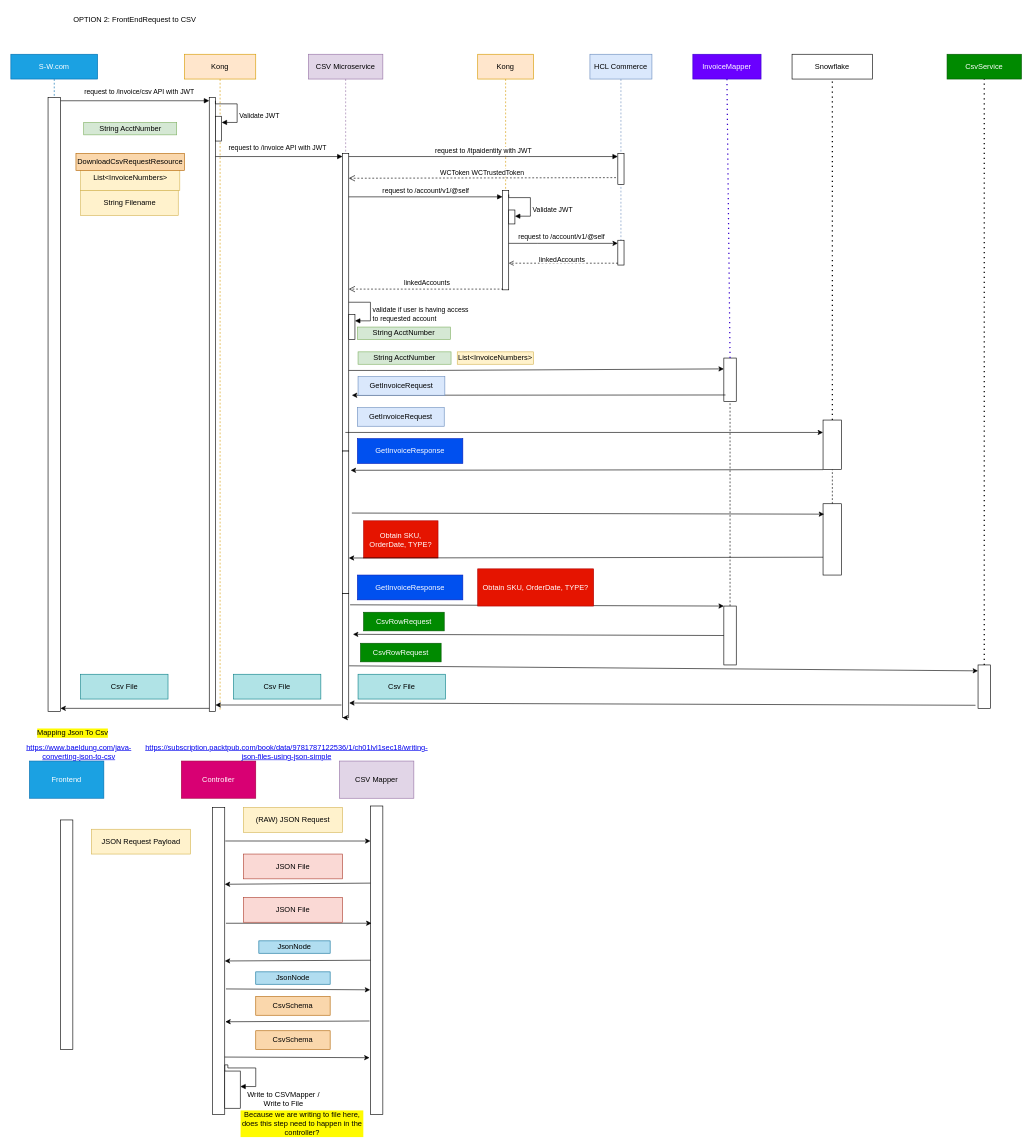
Earlier version of the draw.io diagram Untitled Diagram.drawio (mem848/Draw.IO). Source tidied: cells renumbered, new cells numbered last; positions are measured from the earlier drawing's top-left corner, leaving out a move shared by most shapes. Both pictures are drawn from the tidied source at 62%, with x=0, y=0 at pixel (11, 11).
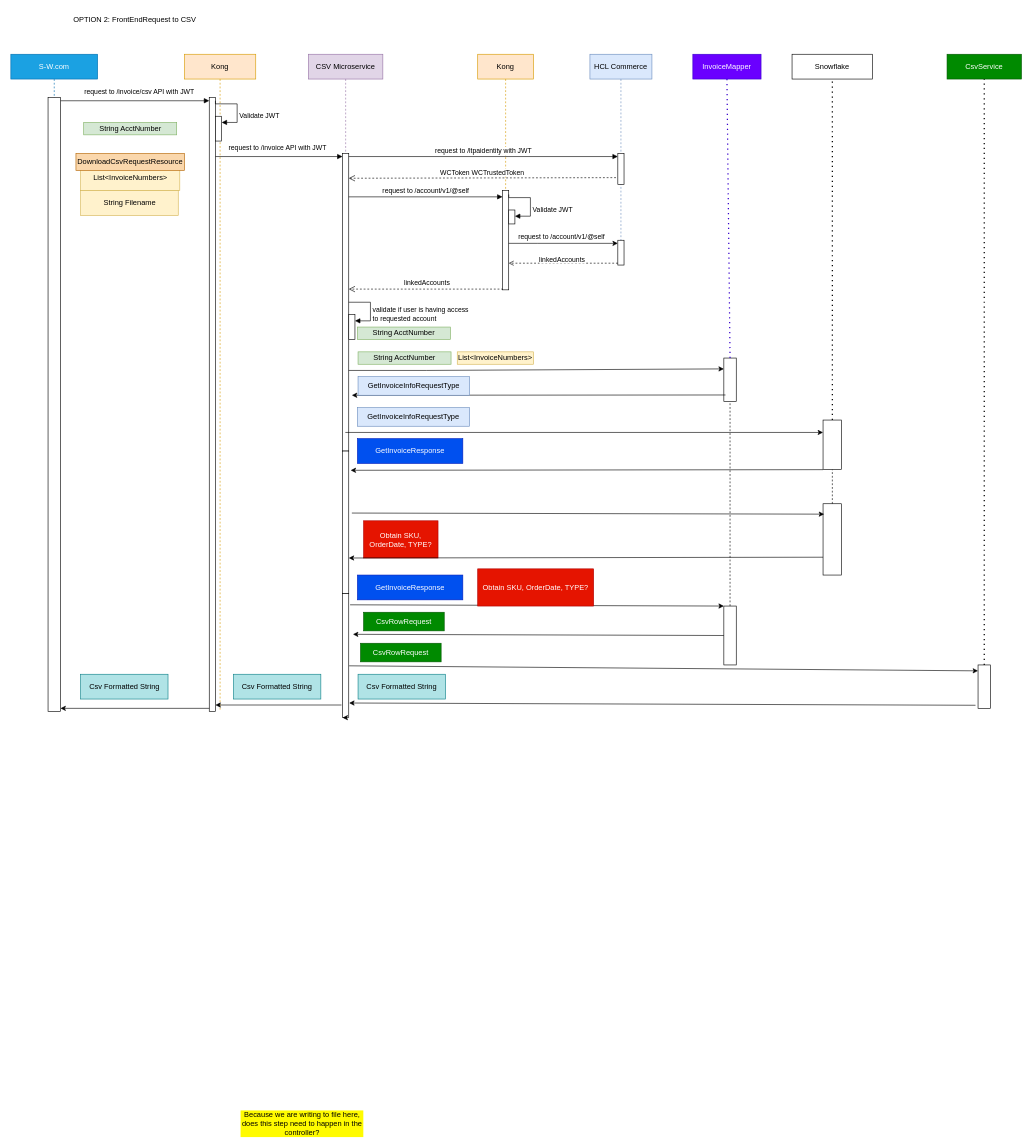
The same page after the edit.

What changed in the source:
```diff
@@
-    <mxCell id="34" value="Mapping Json To Csv" style="text;html=1;align=center;verticalAlign=middle;whiteSpace=wrap;rounded=0;labelBackgroundColor=#fffb00;" parent="1" vertex="1">
-      <mxGeometry y="1150" width="200" height="30" as="geometry" />
-    </mxCell>
-    <mxCell id="35" value="Controller" style="rounded=0;whiteSpace=wrap;html=1;fillColor=#d80073;strokeColor=#A50040;fontColor=#ffffff;" parent="1" vertex="1">
-      <mxGeometry x="275" y="1210" width="120" height="60" as="geometry" />
-    </mxCell>
-    <mxCell id="36" value="JSON Request Payload" style="rounded=0;whiteSpace=wrap;html=1;fillColor=#fff2cc;strokeColor=#d6b656;" parent="1" vertex="1">
-      <mxGeometry x="130" y="1320" width="160" height="40" as="geometry" />
-    </mxCell>
-    <mxCell id="37" value="CSV Mapper" style="rounded=0;whiteSpace=wrap;html=1;fillColor=#e1d5e7;strokeColor=#9673a6;" parent="1" vertex="1">
-      <mxGeometry x="530" y="1210" width="120" height="60" as="geometry" />
-    </mxCell>
-    <mxCell id="38" value="Frontend" style="rounded=0;whiteSpace=wrap;html=1;fillColor=#1ba1e2;fontColor=#ffffff;strokeColor=#006EAF;" parent="1" vertex="1">
-      <mxGeometry x="30" y="1210" width="120" height="60" as="geometry" />
-    </mxCell>
-    <mxCell id="39" style="rounded=0;whiteSpace=wrap;html=1;" parent="1" vertex="1">
-      <mxGeometry x="80" y="1305" width="20" height="370" as="geometry" />
-    </mxCell>
-    <mxCell id="40" style="rounded=0;whiteSpace=wrap;html=1;" parent="1" vertex="1">
-      <mxGeometry x="325" y="1285" width="20" height="495" as="geometry" />
-    </mxCell>
-    <mxCell id="41" style="rounded=0;whiteSpace=wrap;html=1;" parent="1" vertex="1">
-      <mxGeometry x="580" y="1282.5" width="20" height="497.5" as="geometry" />
-    </mxCell>
-    <mxCell id="42" value="&lt;a href=&quot;https://www.baeldung.com/java-converting-json-to-csv&quot;&gt;https://www.baeldung.com/java-converting-json-to-csv&lt;/a&gt;" style="text;html=1;align=center;verticalAlign=middle;whiteSpace=wrap;rounded=0;" parent="1" vertex="1">
-      <mxGeometry x="80" y="1180" width="60" height="30" as="geometry" />
-    </mxCell>
-    <mxCell id="43" style="endArrow=classic;html=1;rounded=0;exitX=1.097;exitY=0.377;exitDx=0;exitDy=0;entryX=0.084;entryY=0.38;entryDx=0;entryDy=0;entryPerimeter=0;exitPerimeter=0;" parent="1" edge="1" source="40" target="41">
-      <mxGeometry relative="1" as="geometry" />
-    </mxCell>
-    <mxCell id="44" style="endArrow=classic;html=1;rounded=0;exitX=0;exitY=0.5;exitDx=0;exitDy=0;" parent="1" edge="1" source="41" target="40">
-      <mxGeometry relative="1" as="geometry" />
-    </mxCell>
-    <mxCell id="45" value="JsonNode" style="rounded=0;whiteSpace=wrap;html=1;fillColor=#b1ddf0;strokeColor=#10739e;" parent="1" vertex="1">
-      <mxGeometry x="400" y="1500" width="115" height="20" as="geometry" />
-    </mxCell>
-    <mxCell id="46" value="JsonNode" style="rounded=0;whiteSpace=wrap;html=1;fillColor=#b1ddf0;strokeColor=#10739e;" parent="1" vertex="1">
-      <mxGeometry x="395" y="1550" width="120" height="20" as="geometry" />
-    </mxCell>
-    <mxCell id="47" style="endArrow=classic;html=1;rounded=0;exitX=-0.074;exitY=0.697;exitDx=0;exitDy=0;exitPerimeter=0;entryX=1.045;entryY=0.698;entryDx=0;entryDy=0;entryPerimeter=0;" parent="1" edge="1" source="41" target="40">
-      <mxGeometry relative="1" as="geometry" />
-    </mxCell>
-    <mxCell id="48" value="CsvSchema" style="rounded=0;whiteSpace=wrap;html=1;fillColor=#fad7ac;strokeColor=#b46504;" parent="1" vertex="1">
-      <mxGeometry x="395" y="1590" width="120" height="30" as="geometry" />
-    </mxCell>
-    <mxCell id="49" style="endArrow=classic;html=1;rounded=0;exitX=1.097;exitY=0.591;exitDx=0;exitDy=0;exitPerimeter=0;entryX=-0.021;entryY=0.596;entryDx=0;entryDy=0;entryPerimeter=0;" parent="1" edge="1" source="40" target="41">
-      <mxGeometry relative="1" as="geometry" />
-    </mxCell>
-    <mxCell id="50" style="endArrow=classic;html=1;rounded=0;exitX=0.992;exitY=0.813;exitDx=0;exitDy=0;entryX=-0.074;entryY=0.816;entryDx=0;entryDy=0;entryPerimeter=0;exitPerimeter=0;" parent="1" edge="1" source="40" target="41">
-      <mxGeometry relative="1" as="geometry" />
-    </mxCell>
-    <mxCell id="51" value="CsvSchema" style="rounded=0;whiteSpace=wrap;html=1;fillColor=#fad7ac;strokeColor=#b46504;" parent="1" vertex="1">
-      <mxGeometry x="395" y="1645" width="120" height="30" as="geometry" />
-    </mxCell>
-    <mxCell id="52" style="rounded=0;whiteSpace=wrap;html=1;" parent="1" vertex="1">
-      <mxGeometry x="345" y="1710" width="25" height="60" as="geometry" />
-    </mxCell>
-    <mxCell id="53" value="Write to CSVMapper / Write to File" style="text;html=1;align=center;verticalAlign=middle;whiteSpace=wrap;rounded=0;" parent="1" vertex="1">
-      <mxGeometry x="380" y="1740" width="120" height="30" as="geometry" />
-    </mxCell>
-    <mxCell id="54" style="endArrow=classic;html=1;rounded=0;exitX=1.045;exitY=0.109;exitDx=0;exitDy=0;exitPerimeter=0;" parent="1" edge="1" source="40">
-      <mxGeometry relative="1" as="geometry">
-        <mxPoint x="580" y="1339" as="targetPoint" />
-      </mxGeometry>
-    </mxCell>
-    <mxCell id="55" value="(RAW) JSON Request" style="rounded=0;whiteSpace=wrap;html=1;fillColor=#fff2cc;strokeColor=#d6b656;" parent="1" vertex="1">
-      <mxGeometry x="375" y="1285" width="160" height="40" as="geometry" />
-    </mxCell>
-    <mxCell id="56" style="endArrow=classic;html=1;rounded=0;exitX=0;exitY=0.25;exitDx=0;exitDy=0;entryX=1;entryY=0.25;entryDx=0;entryDy=0;" parent="1" edge="1" source="41" target="40">
-      <mxGeometry relative="1" as="geometry" />
-    </mxCell>
-    <mxCell id="57" value="JSON File" style="rounded=0;whiteSpace=wrap;html=1;fillColor=#fad9d5;strokeColor=#ae4132;" parent="1" vertex="1">
-      <mxGeometry x="375" y="1360" width="160" height="40" as="geometry" />
-    </mxCell>
-    <mxCell id="58" value="JSON File" style="rounded=0;whiteSpace=wrap;html=1;fillColor=#fad9d5;strokeColor=#ae4132;" parent="1" vertex="1">
-      <mxGeometry x="375" y="1430" width="160" height="40" as="geometry" />
-    </mxCell>
-    <mxCell id="59" style="html=1;align=left;spacingLeft=2;endArrow=block;rounded=0;edgeStyle=orthogonalEdgeStyle;curved=0;rounded=0;" parent="1" edge="1">
-      <mxGeometry x="0.27" relative="1" as="geometry">
-        <mxPoint x="345" y="1710" as="sourcePoint" />
-        <mxPoint x="370.1" y="1735" as="targetPoint" />
-        <Array as="points">
-          <mxPoint x="345" y="1700" />
-          <mxPoint x="350" y="1700" />
-          <mxPoint x="350" y="1705" />
-          <mxPoint x="395" y="1705" />
-          <mxPoint x="395" y="1735" />
-        </Array>
-      </mxGeometry>
-    </mxCell>
@@
-    <mxCell id="61" value="&lt;a href=&quot;https://subscription.packtpub.com/book/data/9781787122536/1/ch01lvl1sec18/writing-json-files-using-json-simple&quot;&gt;https://subscription.packtpub.com/book/data/9781787122536/1/ch01lvl1sec18/writing-json-files-using-json-simple&lt;/a&gt;" style="text;html=1;align=center;verticalAlign=middle;whiteSpace=wrap;rounded=0;" parent="1" vertex="1">
-      <mxGeometry x="415" y="1180" width="60" height="30" as="geometry" />
-    </mxCell>
@@
-    <mxCell id="74" value="GetInvoiceRequest" style="rounded=0;whiteSpace=wrap;html=1;fillColor=#dae8fc;strokeColor=#6c8ebf;" parent="1" vertex="1">
-      <mxGeometry x="560" y="590" width="140" height="30" as="geometry" />
+    <mxCell id="74" value="GetInvoiceInfoRequestType" style="rounded=0;whiteSpace=wrap;html=1;fillColor=#dae8fc;strokeColor=#6c8ebf;" parent="1" vertex="1">
+      <mxGeometry x="560" y="590" width="180" height="30" as="geometry" />
     </mxCell>
@@
-    <mxCell id="79" value="GetInvoiceRequest" style="rounded=0;whiteSpace=wrap;html=1;fillColor=#dae8fc;strokeColor=#6c8ebf;" parent="1" vertex="1">
-      <mxGeometry x="559" y="640" width="140" height="30" as="geometry" />
+    <mxCell id="79" value="GetInvoiceInfoRequestType" style="rounded=0;whiteSpace=wrap;html=1;fillColor=#dae8fc;strokeColor=#6c8ebf;" parent="1" vertex="1">
+      <mxGeometry x="559" y="640" width="181" height="30" as="geometry" />
     </mxCell>
@@
-    <mxCell id="92" value="Csv File" style="rounded=0;whiteSpace=wrap;html=1;fillColor=#b0e3e6;strokeColor=#0e8088;" parent="1" vertex="1">
+    <mxCell id="92" value="Csv Formatted String" style="rounded=0;whiteSpace=wrap;html=1;fillColor=#b0e3e6;strokeColor=#0e8088;" parent="1" vertex="1">
       <mxGeometry x="560" y="1070" width="141" height="40" as="geometry" />
     </mxCell>
@@
-    <mxCell id="94" value="Csv File" style="rounded=0;whiteSpace=wrap;html=1;fillColor=#b0e3e6;strokeColor=#0e8088;" parent="1" vertex="1">
+    <mxCell id="94" value="Csv Formatted String" style="rounded=0;whiteSpace=wrap;html=1;fillColor=#b0e3e6;strokeColor=#0e8088;" parent="1" vertex="1">
       <mxGeometry x="359" y="1070" width="141" height="40" as="geometry" />
     </mxCell>
-    <mxCell id="95" value="Csv File" style="rounded=0;whiteSpace=wrap;html=1;fillColor=#b0e3e6;strokeColor=#0e8088;" parent="1" vertex="1">
+    <mxCell id="95" value="Csv Formatted String" style="rounded=0;whiteSpace=wrap;html=1;fillColor=#b0e3e6;strokeColor=#0e8088;" parent="1" vertex="1">
       <mxGeometry x="112.5" y="1070" width="141" height="40" as="geometry" />
     </mxCell>
```
